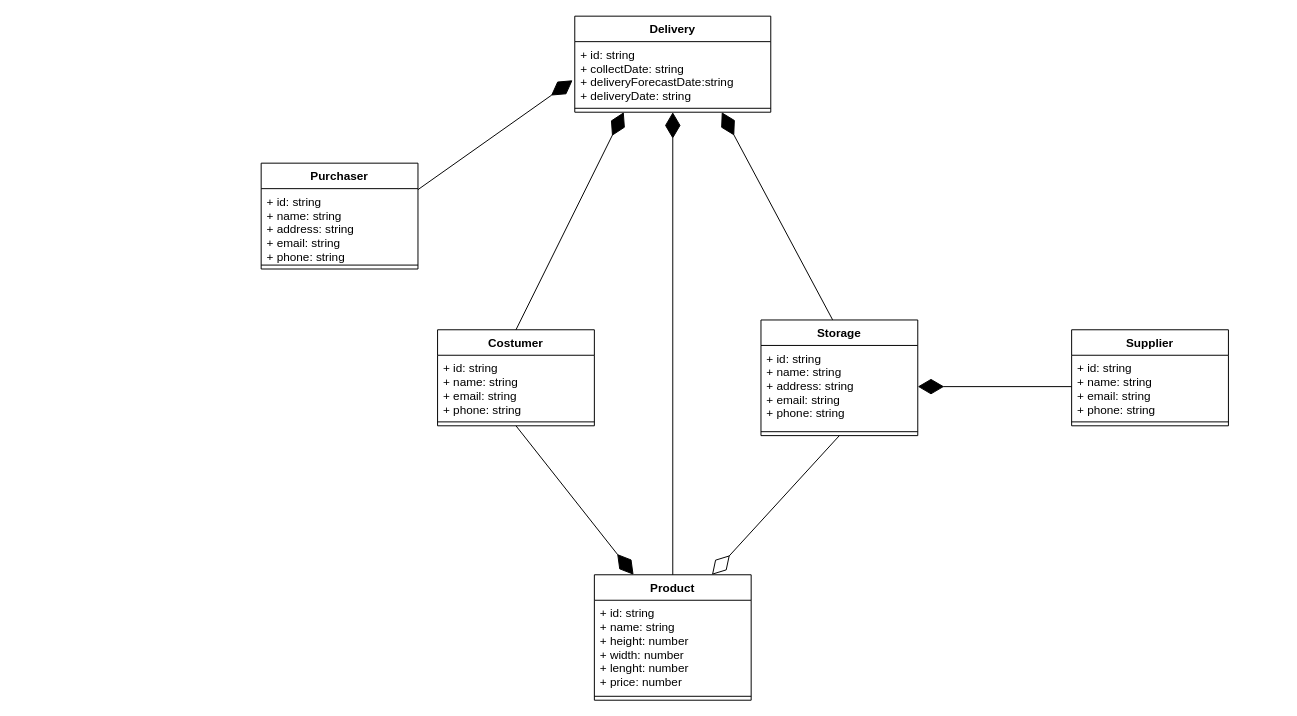
Earlier version of the draw.io diagram project/diagrams/class-diagrams/class-persistence/class-persistence.drawio (bitols/logistics-services-management). Source tidied: cells renumbered, new cells numbered last; positions are measured from the earlier drawing's top-left corner, leaving out a move shared by most shapes. Both pictures are drawn from the tidied source at 98%, with x=0, y=0 at pixel (261, 16).
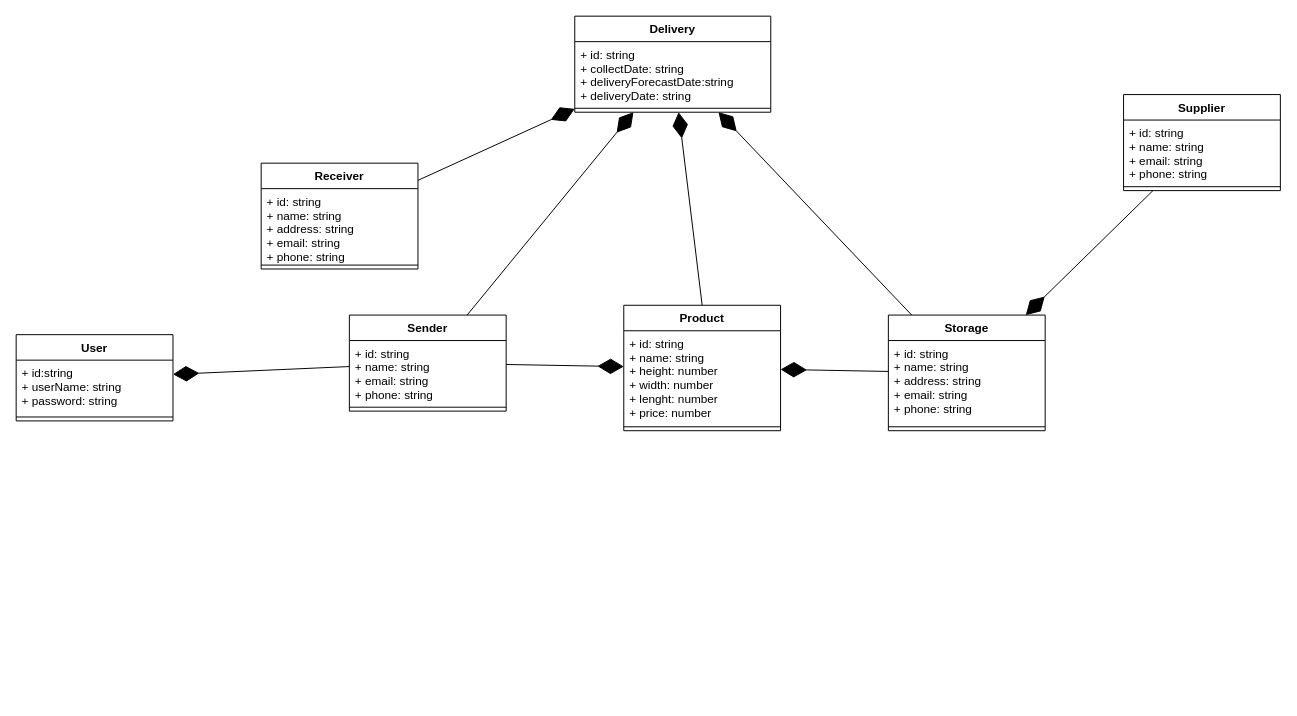
After the change.

Commit message:
ajuste classes persistencia

The change refers to these unchanged cells:
```xml
<mxCell id="2" value="Delivery" style="swimlane;fontStyle=1;align=center;verticalAlign=top;horizontal=1;startSize=26;" parent="1" vertex="1">
  <mxGeometry x="320" width="200" height="98" as="geometry" />
</mxCell>
<mxCell id="3" value="+ id: string&#10;+ collectDate: string&#10;+ deliveryForecastDate:string&#10;+ deliveryDate: string&#10;" style="text;strokeColor=none;fillColor=none;align=left;verticalAlign=top;spacingLeft=4;spacingRight=4;overflow=hidden;points=[[0,0.5],[1,0.5]];portConstraint=eastwest;" parent="2" vertex="1">
  <mxGeometry y="26" width="200" height="64" as="geometry" />
</mxCell>
<mxCell id="12" value="+ id: string&#10;+ name: string&#10;+ address: string&#10;+ email: string&#10;+ phone: string" style="text;strokeColor=none;fillColor=none;align=left;verticalAlign=top;spacingLeft=4;spacingRight=4;overflow=hidden;points=[[0,0.5],[1,0.5]];portConstraint=eastwest;" parent="11" vertex="1">
  <mxGeometry y="26" width="160" height="84" as="geometry" />
</mxCell>
<mxCell id="15" value="+ id: string&#10;+ name: string&#10;+ email: string&#10;+ phone: string" style="text;strokeColor=none;fillColor=none;align=left;verticalAlign=top;spacingLeft=4;spacingRight=4;overflow=hidden;points=[[0,0.5],[1,0.5]];portConstraint=eastwest;" parent="14" vertex="1">
  <mxGeometry y="26" width="160" height="64" as="geometry" />
</mxCell>
```

Change to the diagram source:
```diff
@@
-    <mxCell id="5" value="Costumer" style="swimlane;fontStyle=1;align=center;verticalAlign=top;horizontal=1;startSize=26;" parent="1" vertex="1">
-      <mxGeometry x="180" y="320" width="160" height="98" as="geometry" />
+    <mxCell id="5" value="Sender" style="swimlane;fontStyle=1;align=center;verticalAlign=top;horizontal=1;startSize=26;" parent="1" vertex="1">
+      <mxGeometry x="90" y="305" width="160" height="98" as="geometry" />
     </mxCell>
@@
-    <mxCell id="8" value="Purchaser" style="swimlane;fontStyle=1;align=center;verticalAlign=top;horizontal=1;startSize=26;" parent="1" vertex="1">
+    <mxCell id="8" value="Receiver" style="swimlane;fontStyle=1;align=center;verticalAlign=top;horizontal=1;startSize=26;" parent="1" vertex="1">
       <mxGeometry y="150" width="160" height="108" as="geometry" />
     </mxCell>
@@
     <mxCell id="11" value="Storage" style="swimlane;fontStyle=1;align=center;verticalAlign=top;horizontal=1;startSize=26;" parent="1" vertex="1">
-      <mxGeometry x="510" y="310" width="160" height="118" as="geometry" />
+      <mxGeometry x="640" y="305" width="160" height="118" as="geometry" />
     </mxCell>
@@
     <mxCell id="14" value="Supplier" style="swimlane;fontStyle=1;align=center;verticalAlign=top;horizontal=1;startSize=26;" parent="1" vertex="1">
-      <mxGeometry x="827" y="320" width="160" height="98" as="geometry" />
+      <mxGeometry x="880" y="80" width="160" height="98" as="geometry" />
     </mxCell>
@@
     <mxCell id="17" value="Product" style="swimlane;fontStyle=1;align=center;verticalAlign=top;horizontal=1;startSize=26;" parent="1" vertex="1">
-      <mxGeometry x="340" y="570" width="160" height="128" as="geometry" />
+      <mxGeometry x="370" y="295" width="160" height="128" as="geometry" />
     </mxCell>
@@
-    <mxCell id="20" style="endArrow=diamondThin;endFill=0;endSize=24;html=1;rounded=0;entryX=0.75;entryY=0;entryDx=0;entryDy=0;exitX=0.5;exitY=1;exitDx=0;exitDy=0;" parent="1" edge="1" source="11" target="17">
-      <mxGeometry relative="1" as="geometry" />
-    </mxCell>
-    <mxCell id="21" style="endArrow=diamondThin;endFill=1;endSize=24;html=1;rounded=0;entryX=0.5;entryY=1;entryDx=0;entryDy=0;exitX=0.5;exitY=0;exitDx=0;exitDy=0;" parent="1" edge="1" source="17" target="2">
+    <mxCell id="21" style="endArrow=diamondThin;endFill=1;endSize=24;html=1;rounded=0;exitX=0.5;exitY=0;exitDx=0;exitDy=0;" parent="1" edge="1" source="17" target="2">
       <mxGeometry relative="1" as="geometry" />
     </mxCell>
-    <mxCell id="22" style="endArrow=diamondThin;endFill=1;endSize=24;html=1;rounded=0;entryX=-0.011;entryY=0.616;entryDx=0;entryDy=0;exitX=1;exitY=0.25;exitDx=0;exitDy=0;entryPerimeter=0;" parent="1" edge="1" source="8" target="3">
+    <mxCell id="22" style="endArrow=diamondThin;endFill=1;endSize=24;html=1;rounded=0;" parent="1" edge="1" source="8" target="2">
       <mxGeometry relative="1" as="geometry" />
     </mxCell>
-    <mxCell id="23" style="endArrow=diamondThin;endFill=1;endSize=24;html=1;rounded=0;entryX=0.25;entryY=1;entryDx=0;entryDy=0;exitX=0.5;exitY=0;exitDx=0;exitDy=0;" parent="1" edge="1" source="5" target="2">
+    <mxCell id="23" style="endArrow=diamondThin;endFill=1;endSize=24;html=1;rounded=0;" parent="1" edge="1" source="5" target="2">
       <mxGeometry relative="1" as="geometry" />
     </mxCell>
-    <mxCell id="24" style="endArrow=diamondThin;endFill=1;endSize=24;html=1;rounded=0;entryX=0.75;entryY=1;entryDx=0;entryDy=0;exitX=0.457;exitY=-0.001;exitDx=0;exitDy=0;exitPerimeter=0;" parent="1" edge="1" source="11" target="2">
+    <mxCell id="24" style="endArrow=diamondThin;endFill=1;endSize=24;html=1;rounded=0;" parent="1" edge="1" source="11" target="2">
       <mxGeometry relative="1" as="geometry" />
     </mxCell>
-    <mxCell id="25" style="endArrow=diamondThin;endFill=1;endSize=24;html=1;rounded=0;exitX=0.5;exitY=1;exitDx=0;exitDy=0;entryX=0.25;entryY=0;entryDx=0;entryDy=0;" parent="1" edge="1" source="5" target="17">
+    <mxCell id="25" style="endArrow=diamondThin;endFill=1;endSize=24;html=1;rounded=0;" parent="1" edge="1" source="5" target="17">
       <mxGeometry relative="1" as="geometry" />
     </mxCell>
-    <mxCell id="26" style="endArrow=diamondThin;endFill=1;endSize=24;html=1;rounded=0;entryX=1;entryY=0.5;entryDx=0;entryDy=0;exitX=0;exitY=0.5;exitDx=0;exitDy=0;" parent="1" edge="1" source="15" target="12">
+    <mxCell id="26" style="endArrow=diamondThin;endFill=1;endSize=24;html=1;rounded=0;" parent="1" edge="1" source="14" target="11">
       <mxGeometry relative="1" as="geometry" />
     </mxCell>
+    <mxCell id="20" style="endArrow=diamondThin;endFill=1;endSize=24;html=1;rounded=0;" parent="1" edge="1" source="11" target="17">
+      <mxGeometry relative="1" as="geometry" />
+    </mxCell>
+    <mxCell id="27" value="User" style="swimlane;fontStyle=1;align=center;verticalAlign=top;horizontal=1;startSize=26;" parent="1" vertex="1">
+      <mxGeometry x="-250" y="325" width="160" height="88" as="geometry" />
+    </mxCell>
+    <mxCell id="28" value="+ id:string&#10;+ userName: string&#10;+ password: string" style="text;strokeColor=none;fillColor=none;align=left;verticalAlign=top;spacingLeft=4;spacingRight=4;overflow=hidden;" parent="27" vertex="1">
+      <mxGeometry y="26" width="160" height="54" as="geometry" />
+    </mxCell>
+    <mxCell id="29" style="line;strokeWidth=1;fillColor=none;align=left;verticalAlign=middle;spacingTop=-1;spacingLeft=3;spacingRight=3;labelPosition=right;" parent="27" vertex="1">
+      <mxGeometry y="80" width="160" height="8" as="geometry" />
+    </mxCell>
+    <mxCell id="30" style="endArrow=diamondThin;endFill=1;endSize=24;html=1;rounded=0;" parent="1" edge="1" source="5" target="27">
+      <mxGeometry relative="1" as="geometry" />
+    </mxCell>
```
